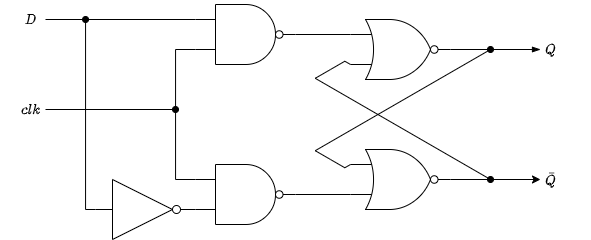
Above: D_flip_flop.png in pathakshashank17/Digital-Circuit-Diagrams (draw.io), before the change. Source tidied: cells renumbered, new cells last; positions are measured from the earlier drawing's top-left corner, leaving out a move shared by most shapes.
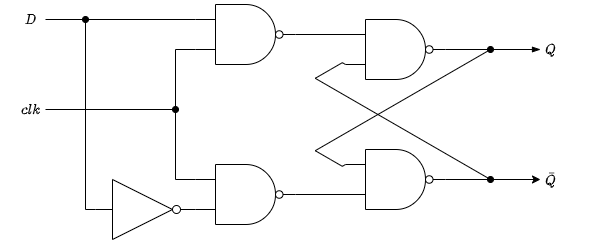
Above is the later version.

What changed in the source:
```diff
@@ -2,12 +2,12 @@
   <root>
     <mxCell id="0" />
     <mxCell id="1" parent="0" />
-    <mxCell id="2" style="edgeStyle=orthogonalEdgeStyle;rounded=0;jettySize=auto;html=1;exitX=1;exitY=0.5;exitDx=0;exitDy=0;exitPerimeter=0;" parent="1" edge="1" source="4">
+    <mxCell id="2" style="edgeStyle=orthogonalEdgeStyle;rounded=0;jettySize=auto;html=1;exitX=1;exitY=0.5;exitDx=0;exitDy=0;exitPerimeter=0;" parent="1" edge="1" source="22">
       <mxGeometry relative="1" as="geometry">
         <mxPoint x="540" y="175" as="targetPoint" />
       </mxGeometry>
     </mxCell>
-    <mxCell id="3" style="jettySize=auto;html=1;exitX=0;exitY=0.25;exitDx=0;exitDy=0;exitPerimeter=0;endArrow=oval;endFill=1;rounded=0;edgeStyle=isometricEdgeStyle;" parent="1" edge="1" source="4">
+    <mxCell id="3" style="jettySize=auto;html=1;exitX=0;exitY=0.25;exitDx=0;exitDy=0;exitPerimeter=0;endArrow=oval;endFill=1;rounded=0;edgeStyle=isometricEdgeStyle;" parent="1" edge="1" source="22">
       <mxGeometry relative="1" as="geometry">
         <mxPoint x="490" y="45" as="targetPoint" />
         <Array as="points">
@@ -15,15 +15,12 @@
         </Array>
       </mxGeometry>
     </mxCell>
-    <mxCell id="4" style="verticalLabelPosition=bottom;shadow=0;dashed=0;align=center;html=1;verticalAlign=top;shape=mxgraph.electrical.logic_gates.logic_gate;operation=or;negating=1;negSize=0.15;" parent="1" vertex="1">
-      <mxGeometry x="350" y="145" width="100" height="60" as="geometry" />
-    </mxCell>
-    <mxCell id="5" style="edgeStyle=orthogonalEdgeStyle;rounded=0;jettySize=auto;html=1;exitX=1;exitY=0.5;exitDx=0;exitDy=0;exitPerimeter=0;endArrow=blockThin;endFill=1;" parent="1" edge="1" source="7">
+    <mxCell id="5" style="edgeStyle=orthogonalEdgeStyle;rounded=0;jettySize=auto;html=1;exitX=1;exitY=0.5;exitDx=0;exitDy=0;exitPerimeter=0;endArrow=blockThin;endFill=1;" parent="1" edge="1" source="23">
       <mxGeometry relative="1" as="geometry">
         <mxPoint x="540" y="45" as="targetPoint" />
       </mxGeometry>
     </mxCell>
-    <mxCell id="6" style="edgeStyle=isometricEdgeStyle;jettySize=auto;html=1;exitX=0;exitY=0.75;exitDx=0;exitDy=0;exitPerimeter=0;endArrow=oval;endFill=1;elbow=vertical;strokeWidth=1;rounded=0;" parent="1" edge="1" source="7">
+    <mxCell id="6" style="edgeStyle=isometricEdgeStyle;jettySize=auto;html=1;exitX=0;exitY=0.75;exitDx=0;exitDy=0;exitPerimeter=0;endArrow=oval;endFill=1;elbow=vertical;strokeWidth=1;rounded=0;" parent="1" edge="1" source="23">
       <mxGeometry relative="1" as="geometry">
         <mxPoint x="490" y="175" as="targetPoint" />
         <Array as="points">
@@ -31,23 +28,22 @@
         </Array>
       </mxGeometry>
     </mxCell>
-    <mxCell id="7" style="verticalLabelPosition=bottom;shadow=0;dashed=0;align=center;html=1;verticalAlign=top;shape=mxgraph.electrical.logic_gates.logic_gate;operation=or;negating=1;negSize=0.15;" parent="1" vertex="1">
-      <mxGeometry x="350" y="15" width="100" height="60" as="geometry" />
-    </mxCell>
     <mxCell id="8" value="$$Q$$" style="text;html=1;align=center;verticalAlign=middle;strokeColor=none;fillColor=none;" parent="1" vertex="1">
       <mxGeometry x="525" y="35" width="50" height="20" as="geometry" />
     </mxCell>
     <mxCell id="9" value="$$\bar{Q}$$" style="text;html=1;align=center;verticalAlign=middle;strokeColor=none;fillColor=none;" parent="1" vertex="1">
       <mxGeometry x="510" y="165" width="80" height="20" as="geometry" />
     </mxCell>
-    <mxCell id="10" style="edgeStyle=orthogonalEdgeStyle;rounded=0;jettySize=auto;html=1;exitX=1;exitY=0.5;exitDx=0;exitDy=0;exitPerimeter=0;entryX=0;entryY=0.75;entryDx=0;entryDy=0;entryPerimeter=0;endArrow=none;endFill=0;" parent="1" edge="1" target="4">
+    <mxCell id="10" style="edgeStyle=orthogonalEdgeStyle;rounded=0;orthogonalLoop=1;jettySize=auto;html=1;exitX=1;exitY=0.5;exitDx=0;exitDy=0;exitPerimeter=0;entryX=0;entryY=0.75;entryDx=0;entryDy=0;entryPerimeter=0;endArrow=none;endFill=0;" parent="1" edge="1">
       <mxGeometry relative="1" as="geometry">
         <mxPoint x="295" y="190" as="sourcePoint" />
+        <mxPoint x="350" y="190" as="targetPoint" />
       </mxGeometry>
     </mxCell>
-    <mxCell id="11" style="edgeStyle=orthogonalEdgeStyle;rounded=0;jettySize=auto;html=1;exitX=1;exitY=0.5;exitDx=0;exitDy=0;exitPerimeter=0;entryX=0;entryY=0.25;entryDx=0;entryDy=0;entryPerimeter=0;endArrow=none;endFill=0;" parent="1" edge="1" target="7">
+    <mxCell id="11" style="edgeStyle=orthogonalEdgeStyle;rounded=0;orthogonalLoop=1;jettySize=auto;html=1;exitX=1;exitY=0.5;exitDx=0;exitDy=0;exitPerimeter=0;entryX=0;entryY=0.25;entryDx=0;entryDy=0;entryPerimeter=0;endArrow=none;endFill=0;" parent="1" edge="1">
       <mxGeometry relative="1" as="geometry">
         <mxPoint x="295" y="30" as="sourcePoint" />
+        <mxPoint x="350" y="30" as="targetPoint" />
       </mxGeometry>
     </mxCell>
     <mxCell id="12" style="edgeStyle=orthogonalEdgeStyle;rounded=0;orthogonalLoop=1;jettySize=auto;html=1;exitX=0;exitY=0.75;exitDx=0;exitDy=0;exitPerimeter=0;entryX=0;entryY=0.25;entryDx=0;entryDy=0;entryPerimeter=0;endArrow=none;endFill=0;" parent="1" edge="1">
@@ -101,5 +97,11 @@
     <mxCell id="21" style="verticalLabelPosition=bottom;shadow=0;dashed=0;align=center;html=1;verticalAlign=top;shape=mxgraph.electrical.logic_gates.logic_gate;operation=and;negating=1;negSize=0.15;" parent="1" vertex="1">
       <mxGeometry x="195" width="100" height="60" as="geometry" />
     </mxCell>
+    <mxCell id="22" style="verticalLabelPosition=bottom;shadow=0;dashed=0;align=center;html=1;verticalAlign=top;shape=mxgraph.electrical.logic_gates.logic_gate;operation=and;negating=1;negSize=0.15;" parent="1" vertex="1">
+      <mxGeometry x="345" y="145" width="100" height="60" as="geometry" />
+    </mxCell>
+    <mxCell id="23" style="verticalLabelPosition=bottom;shadow=0;dashed=0;align=center;html=1;verticalAlign=top;shape=mxgraph.electrical.logic_gates.logic_gate;operation=and;negating=1;negSize=0.15;" parent="1" vertex="1">
+      <mxGeometry x="345" y="15" width="100" height="60" as="geometry" />
+    </mxCell>
   </root>
 </mxGraphModel>
```
